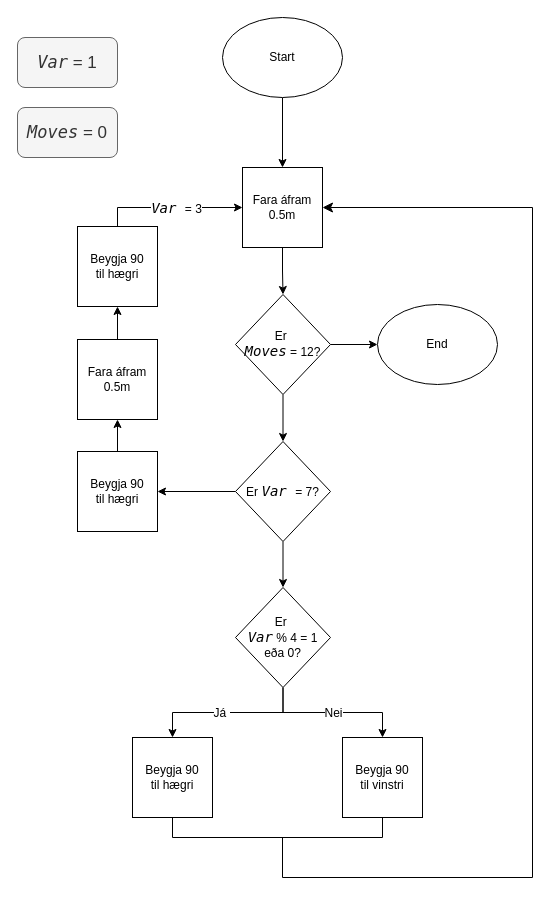
Before: verkefni 1/Sikk Sakk Diagram.drawio in NidaleNieve/ROBO2, a draw.io diagram. Source tidied: cells renumbered, new cells numbered last; positions are measured from the earlier drawing's top-left corner, leaving out a move shared by most shapes. Both pictures are drawn from the tidied source at 100%, with x=0, y=0 at pixel (17, 17).
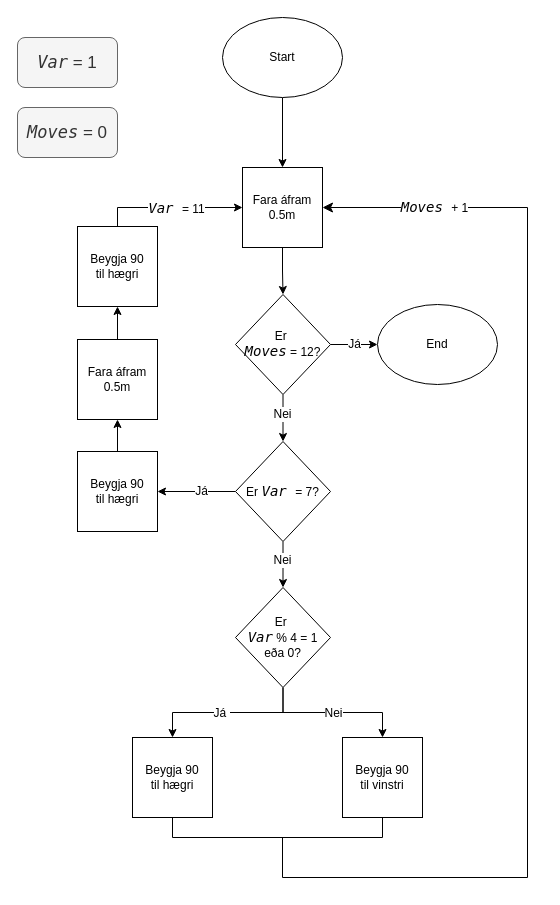
The same page after the edit.

Commit message:
Lagaði Sikk Sakk Diagramið

Unchanged cells that the change refers to:
```xml
<mxCell id="5" value="&lt;div&gt;Fara áfram&lt;/div&gt;&lt;div&gt;0.5m&lt;/div&gt;" style="whiteSpace=wrap;html=1;" parent="1" vertex="1">
  <mxGeometry x="225" y="150" width="80" height="80" as="geometry" />
</mxCell>
<mxCell id="12" style="edgeStyle=orthogonalEdgeStyle;rounded=0;jettySize=auto;html=1;exitX=0;exitY=0.5;exitDx=0;exitDy=0;entryX=1;entryY=0.5;entryDx=0;entryDy=0;" parent="1" edge="1" source="14" target="22">
  <mxGeometry relative="1" as="geometry" />
</mxCell>
<mxCell id="13" style="edgeStyle=orthogonalEdgeStyle;rounded=0;jettySize=auto;html=1;exitX=0.5;exitY=1;exitDx=0;exitDy=0;entryX=0.5;entryY=0;entryDx=0;entryDy=0;" parent="1" edge="1" source="14" target="11">
  <mxGeometry relative="1" as="geometry" />
</mxCell>
<mxCell id="20" value="End" style="ellipse;whiteSpace=wrap;html=1;" parent="1" vertex="1">
  <mxGeometry x="360" y="287" width="120" height="80" as="geometry" />
</mxCell>
<mxCell id="25" style="edgeStyle=orthogonalEdgeStyle;rounded=0;jettySize=auto;html=1;exitX=0.5;exitY=0;exitDx=0;exitDy=0;entryX=0;entryY=0.5;entryDx=0;entryDy=0;" parent="1" edge="1" source="27" target="5">
  <mxGeometry relative="1" as="geometry">
    <Array as="points">
      <mxPoint x="100" y="190" />
    </Array>
  </mxGeometry>
</mxCell>
<mxCell id="28" style="edgeStyle=orthogonalEdgeStyle;rounded=0;jettySize=auto;html=1;exitX=0.5;exitY=1;exitDx=0;exitDy=0;entryX=0.5;entryY=0;entryDx=0;entryDy=0;" parent="1" edge="1" source="30" target="14">
  <mxGeometry relative="1" as="geometry" />
</mxCell>
<mxCell id="30" value="&lt;div&gt;Er&amp;nbsp;&lt;/div&gt;&lt;div&gt;&lt;font style=&quot;font-size: 14px;&quot; face=&quot;Lucida Console&quot;&gt;&lt;i&gt;Moves&lt;/i&gt;&lt;/font&gt;&amp;nbsp;= 12?&lt;/div&gt;" style="rhombus;whiteSpace=wrap;html=1;" parent="1" vertex="1">
  <mxGeometry x="218" y="277" width="95" height="100" as="geometry" />
</mxCell>
```

Diff of the diagram source:
```diff
@@
+    <mxCell id="32" value="&lt;font style=&quot;font-size: 12px;&quot;&gt;Já&lt;/font&gt;" style="edgeLabel;html=1;align=center;verticalAlign=middle;" parent="12" vertex="1">
+      <mxGeometry x="-0.14" y="3" relative="1" as="geometry">
+        <mxPoint x="-1" y="-4" as="offset" />
+      </mxGeometry>
+    </mxCell>
@@
+    <mxCell id="33" value="Nei" style="edgeLabel;html=1;align=center;verticalAlign=middle;fontSize=12;" parent="13" vertex="1">
+      <mxGeometry x="-0.2" y="-1" relative="1" as="geometry" />
+    </mxCell>
@@
-    <mxCell id="26" value="&lt;font face=&quot;Lucida Console&quot; style=&quot;font-size: 14px;&quot;&gt;&lt;i&gt;Var&amp;nbsp;&lt;/i&gt;&lt;/font&gt;&lt;font style=&quot;font-size: 12px;&quot;&gt;= 3&lt;/font&gt;" style="edgeLabel;html=1;align=center;verticalAlign=middle;" parent="25" vertex="1">
+    <mxCell id="26" value="&lt;font face=&quot;Lucida Console&quot; style=&quot;font-size: 14px;&quot;&gt;&lt;i&gt;Var&amp;nbsp;&lt;/i&gt;&lt;/font&gt;&lt;font style=&quot;font-size: 12px;&quot;&gt;= 11&lt;/font&gt;" style="edgeLabel;html=1;align=center;verticalAlign=middle;" parent="25" vertex="1">
       <mxGeometry x="0.45" relative="1" as="geometry">
         <mxPoint x="-27" as="offset" />
       </mxGeometry>
     </mxCell>
@@
+    <mxCell id="34" value="&lt;font style=&quot;font-size: 12px;&quot;&gt;Nei&lt;/font&gt;" style="edgeLabel;html=1;align=center;verticalAlign=middle;" parent="28" vertex="1">
+      <mxGeometry x="-0.23" y="1" relative="1" as="geometry">
+        <mxPoint x="-2" y="1" as="offset" />
+      </mxGeometry>
+    </mxCell>
-    <mxCell id="29" style="edgeStyle=orthogonalEdgeStyle;rounded=0;jettySize=auto;html=1;exitX=1;exitY=0.5;exitDx=0;exitDy=0;" parent="1" edge="1" source="30" target="20">
-      <mxGeometry relative="1" as="geometry" />
+    <mxCell id="29" value="&lt;font style=&quot;font-size: 12px;&quot;&gt;Já&lt;/font&gt;" style="edgeStyle=orthogonalEdgeStyle;rounded=0;jettySize=auto;html=1;exitX=1;exitY=0.5;exitDx=0;exitDy=0;" parent="1" edge="1" source="30" target="20">
+      <mxGeometry x="0.02" relative="1" as="geometry" />
     </mxCell>
@@
     <mxCell id="31" style="edgeStyle=segmentEdgeStyle;endArrow=classic;html=1;curved=0;rounded=0;endSize=8;startSize=8;sourcePerimeterSpacing=0;targetPerimeterSpacing=0;entryX=1;entryY=0.5;entryDx=0;entryDy=0;" parent="1" edge="1" target="5">
       <mxGeometry relative="1" as="geometry">
         <mxPoint x="265" y="820" as="sourcePoint" />
         <Array as="points">
           <mxPoint x="265" y="860" />
-          <mxPoint x="515" y="860" />
-          <mxPoint x="515" y="190" />
+          <mxPoint x="510" y="860" />
+          <mxPoint x="510" y="190" />
         </Array>
       </mxGeometry>
     </mxCell>
+    <mxCell id="35" value="&lt;font face=&quot;Lucida Console&quot; style=&quot;font-size: 14px;&quot;&gt;&lt;i&gt;Moves&amp;nbsp;&lt;/i&gt;&lt;/font&gt;&lt;font style=&quot;font-size: 12px;&quot;&gt;+ 1&lt;/font&gt;" style="edgeLabel;html=1;align=center;verticalAlign=middle;" parent="31" vertex="1">
+      <mxGeometry x="0.81" y="5" relative="1" as="geometry">
+        <mxPoint x="1" y="-6" as="offset" />
+      </mxGeometry>
+    </mxCell>
```
